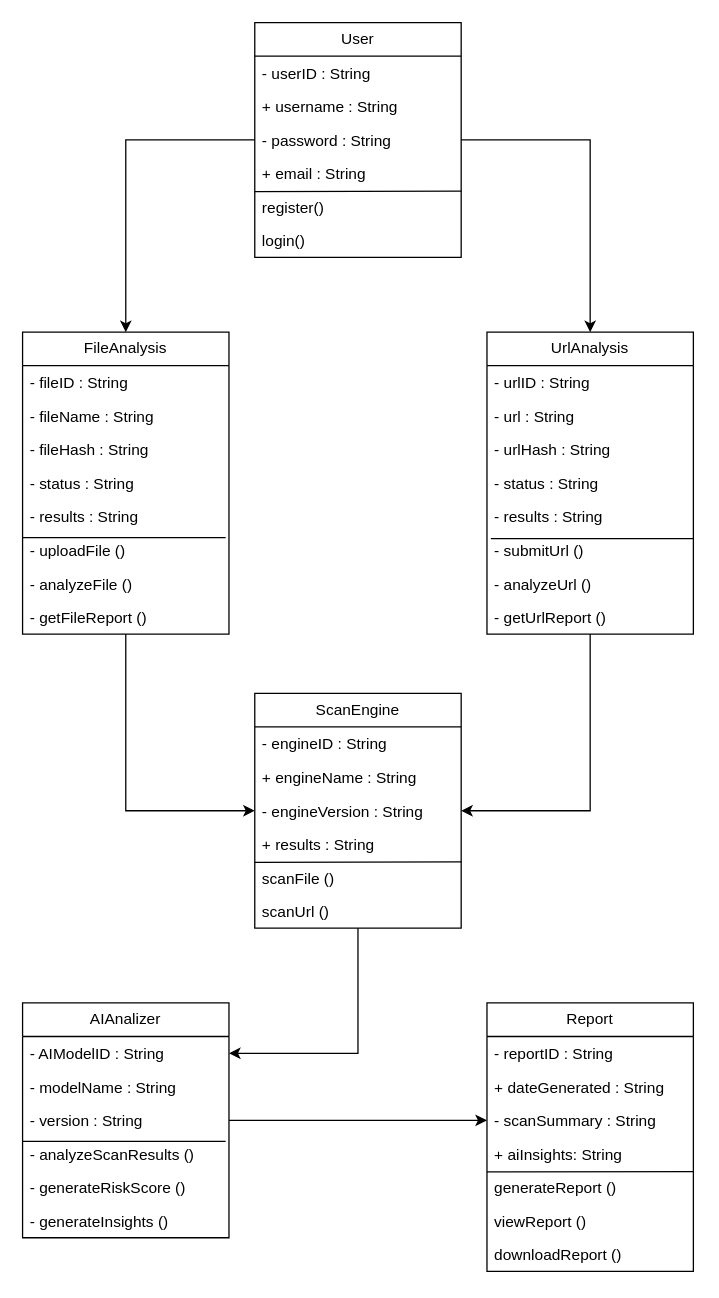
Above: UML.drawio in Rikardooliv/ProjectX (draw.io), before the change. Source tidied: cells renumbered, new cells numbered last; positions are measured from the earlier drawing's top-left corner, leaving out a move shared by most shapes. Both pictures are drawn from the tidied source at 129%, with x=0, y=0 at pixel (22, 22).
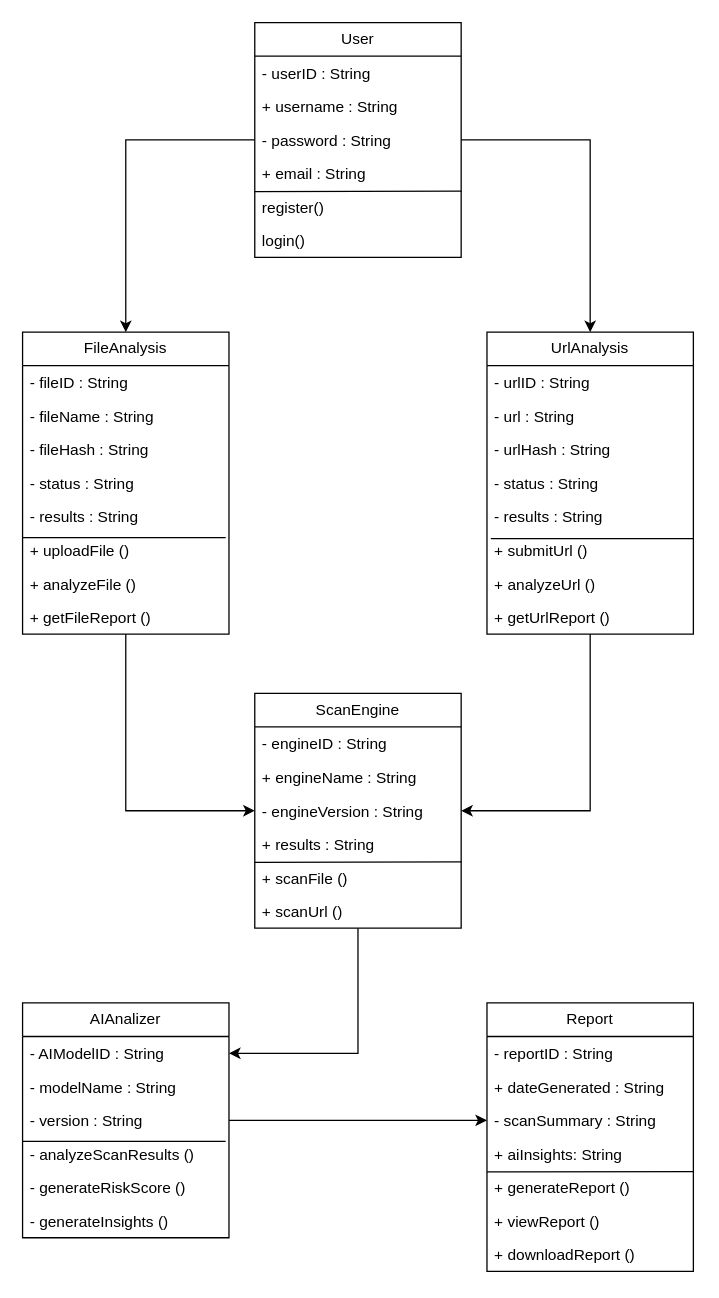
The same page after the edit.

The change refers to these unchanged cells:
```xml
<mxCell id="12" value="FileAnalysis" style="swimlane;fontStyle=0;horizontal=1;startSize=26;fillColor=none;whiteSpace=wrap;html=1;" parent="1" vertex="1">
  <mxGeometry y="240" width="160" height="234" as="geometry" />
</mxCell>
<mxCell id="23" value="UrlAnalysis" style="swimlane;fontStyle=0;horizontal=1;startSize=26;fillColor=none;whiteSpace=wrap;html=1;" parent="1" vertex="1">
  <mxGeometry x="360" y="240" width="160" height="234" as="geometry" />
</mxCell>
<mxCell id="34" value="ScanEngine" style="swimlane;fontStyle=0;horizontal=1;startSize=26;fillColor=none;whiteSpace=wrap;html=1;" parent="1" vertex="1">
  <mxGeometry x="180" y="520" width="160" height="182" as="geometry" />
</mxCell>
<mxCell id="51" value="Report" style="swimlane;fontStyle=0;horizontal=1;startSize=26;fillColor=none;whiteSpace=wrap;html=1;" parent="1" vertex="1">
  <mxGeometry x="360" y="760" width="160" height="208" as="geometry" />
</mxCell>
```

Change to the diagram source:
```diff
@@
-    <mxCell id="18" value="- uploadFile ()" style="text;strokeColor=none;fillColor=none;align=left;verticalAlign=top;spacingLeft=4;spacingRight=4;overflow=hidden;points=[[0,0.5],[1,0.5]];portConstraint=eastwest;whiteSpace=wrap;html=1;" parent="12" vertex="1">
+    <mxCell id="18" value="+ uploadFile ()" style="text;strokeColor=none;fillColor=none;align=left;verticalAlign=top;spacingLeft=4;spacingRight=4;overflow=hidden;points=[[0,0.5],[1,0.5]];portConstraint=eastwest;whiteSpace=wrap;html=1;" parent="12" vertex="1">
       <mxGeometry y="156" width="160" height="26" as="geometry" />
     </mxCell>
-    <mxCell id="19" value="- analyzeFile ()" style="text;strokeColor=none;fillColor=none;align=left;verticalAlign=top;spacingLeft=4;spacingRight=4;overflow=hidden;whiteSpace=wrap;html=1;" parent="12" vertex="1">
+    <mxCell id="19" value="+ analyzeFile ()" style="text;strokeColor=none;fillColor=none;align=left;verticalAlign=top;spacingLeft=4;spacingRight=4;overflow=hidden;whiteSpace=wrap;html=1;" parent="12" vertex="1">
       <mxGeometry y="182" width="160" height="26" as="geometry" />
     </mxCell>
-    <mxCell id="20" value="- getFileReport ()" style="text;strokeColor=none;fillColor=none;align=left;verticalAlign=top;spacingLeft=4;spacingRight=4;overflow=hidden;whiteSpace=wrap;html=1;" parent="12" vertex="1">
+    <mxCell id="20" value="+ getFileReport ()" style="text;strokeColor=none;fillColor=none;align=left;verticalAlign=top;spacingLeft=4;spacingRight=4;overflow=hidden;whiteSpace=wrap;html=1;" parent="12" vertex="1">
       <mxGeometry y="208" width="160" height="26" as="geometry" />
     </mxCell>
@@
-    <mxCell id="30" value="- submitUrl ()" style="text;strokeColor=none;fillColor=none;align=left;verticalAlign=top;spacingLeft=4;spacingRight=4;overflow=hidden;whiteSpace=wrap;html=1;" parent="23" vertex="1">
+    <mxCell id="30" value="+ submitUrl ()" style="text;strokeColor=none;fillColor=none;align=left;verticalAlign=top;spacingLeft=4;spacingRight=4;overflow=hidden;whiteSpace=wrap;html=1;" parent="23" vertex="1">
       <mxGeometry y="156" width="160" height="26" as="geometry" />
     </mxCell>
-    <mxCell id="31" value="- analyzeUrl ()" style="text;strokeColor=none;fillColor=none;align=left;verticalAlign=top;spacingLeft=4;spacingRight=4;overflow=hidden;whiteSpace=wrap;html=1;" parent="23" vertex="1">
+    <mxCell id="31" value="+ analyzeUrl ()" style="text;strokeColor=none;fillColor=none;align=left;verticalAlign=top;spacingLeft=4;spacingRight=4;overflow=hidden;whiteSpace=wrap;html=1;" parent="23" vertex="1">
       <mxGeometry y="182" width="160" height="26" as="geometry" />
     </mxCell>
-    <mxCell id="32" value="- getUrlReport ()" style="text;strokeColor=none;fillColor=none;align=left;verticalAlign=top;spacingLeft=4;spacingRight=4;overflow=hidden;whiteSpace=wrap;html=1;" parent="23" vertex="1">
+    <mxCell id="32" value="+ getUrlReport ()" style="text;strokeColor=none;fillColor=none;align=left;verticalAlign=top;spacingLeft=4;spacingRight=4;overflow=hidden;whiteSpace=wrap;html=1;" parent="23" vertex="1">
       <mxGeometry y="208" width="160" height="26" as="geometry" />
     </mxCell>
@@
-    <mxCell id="39" value="scanFile ()" style="text;strokeColor=none;fillColor=none;align=left;verticalAlign=top;spacingLeft=4;spacingRight=4;overflow=hidden;whiteSpace=wrap;html=1;" parent="34" vertex="1">
+    <mxCell id="39" value="+ scanFile ()" style="text;strokeColor=none;fillColor=none;align=left;verticalAlign=top;spacingLeft=4;spacingRight=4;overflow=hidden;whiteSpace=wrap;html=1;" parent="34" vertex="1">
       <mxGeometry y="130" width="160" height="26" as="geometry" />
     </mxCell>
-    <mxCell id="40" value="scanUrl ()" style="text;strokeColor=none;fillColor=none;align=left;verticalAlign=top;spacingLeft=4;spacingRight=4;overflow=hidden;whiteSpace=wrap;html=1;" parent="34" vertex="1">
+    <mxCell id="40" value="+ scanUrl ()" style="text;strokeColor=none;fillColor=none;align=left;verticalAlign=top;spacingLeft=4;spacingRight=4;overflow=hidden;whiteSpace=wrap;html=1;" parent="34" vertex="1">
       <mxGeometry y="156" width="160" height="26" as="geometry" />
     </mxCell>
@@
-    <mxCell id="56" value="generateReport ()" style="text;strokeColor=none;fillColor=none;align=left;verticalAlign=top;spacingLeft=4;spacingRight=4;overflow=hidden;whiteSpace=wrap;html=1;" parent="51" vertex="1">
+    <mxCell id="56" value="+ generateReport ()&lt;div&gt;&lt;br&gt;&lt;/div&gt;" style="text;strokeColor=none;fillColor=none;align=left;verticalAlign=top;spacingLeft=4;spacingRight=4;overflow=hidden;whiteSpace=wrap;html=1;" parent="51" vertex="1">
       <mxGeometry y="130" width="160" height="26" as="geometry" />
     </mxCell>
-    <mxCell id="57" value="viewReport ()" style="text;strokeColor=none;fillColor=none;align=left;verticalAlign=top;spacingLeft=4;spacingRight=4;overflow=hidden;whiteSpace=wrap;html=1;" parent="51" vertex="1">
+    <mxCell id="57" value="+ viewReport ()" style="text;strokeColor=none;fillColor=none;align=left;verticalAlign=top;spacingLeft=4;spacingRight=4;overflow=hidden;whiteSpace=wrap;html=1;" parent="51" vertex="1">
       <mxGeometry y="156" width="160" height="26" as="geometry" />
     </mxCell>
@@
-    <mxCell id="59" value="downloadReport ()" style="text;strokeColor=none;fillColor=none;align=left;verticalAlign=top;spacingLeft=4;spacingRight=4;overflow=hidden;whiteSpace=wrap;html=1;" parent="51" vertex="1">
+    <mxCell id="59" value="+ downloadReport ()" style="text;strokeColor=none;fillColor=none;align=left;verticalAlign=top;spacingLeft=4;spacingRight=4;overflow=hidden;whiteSpace=wrap;html=1;" parent="51" vertex="1">
       <mxGeometry y="182" width="160" height="26" as="geometry" />
     </mxCell>
```
